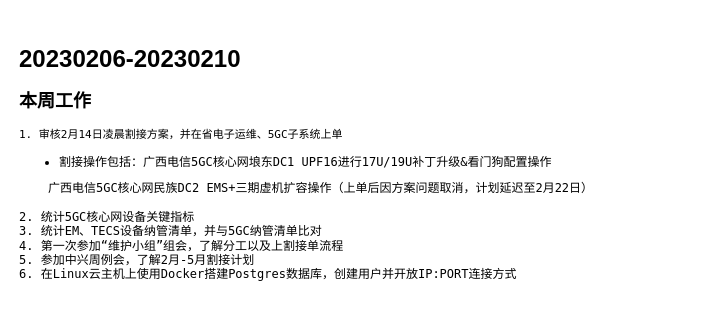
Earlier version of the draw.io diagram 2023周报.drawio (muyingluo1997/drawio). Source tidied: cells renumbered, new cells numbered last; positions are measured from the earlier drawing's top-left corner, leaving out a move shared by most shapes. Both pictures are drawn from the tidied source at 100%, with x=0, y=0 at pixel (17, 17).
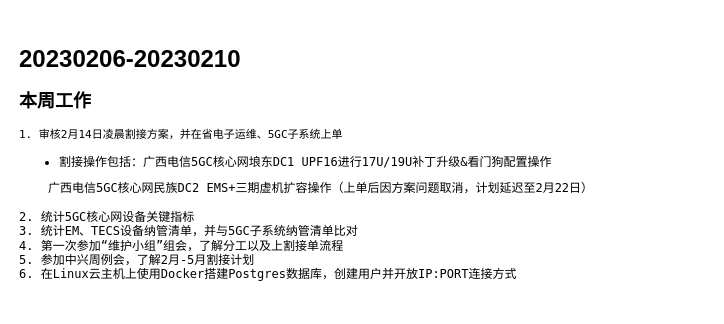
Above is the later version.

The edit, as a diff of the source:
```diff
@@
 <mxGraphModel>
   <root>
     <mxCell id="0" />
     <mxCell id="1" parent="0" />
-    <mxCell id="2" value="&lt;h1 style=&quot;line-height: 120%;&quot;&gt;20230206-20230210&lt;/h1&gt;&lt;h2 style=&quot;line-height: 120%;&quot;&gt;&lt;font face=&quot;Lucida Console&quot;&gt;本周工作&lt;/font&gt;&lt;/h2&gt;&lt;div style=&quot;line-height: 120%;&quot;&gt;&lt;font style=&quot;font-size: 11px;&quot; face=&quot;Lucida Console&quot;&gt;1. 审核2月14日凌晨割接方案，并在省电子运维、5GC子系统上单&lt;/font&gt;&lt;/div&gt;&lt;div style=&quot;line-height: 120%;&quot;&gt;&lt;ul style=&quot;line-height: 120%;&quot;&gt;&lt;li&gt;&lt;font style=&quot;&quot; face=&quot;Lucida Console&quot;&gt;割接操作包括：广西电信5GC核心网埌东DC1 UPF16进行17U/19U补丁升级&amp;amp;看门狗配置操作&lt;/font&gt;&lt;/li&gt;&lt;/ul&gt;&lt;font face=&quot;Lucida Console&quot;&gt;&lt;span style=&quot;&quot;&gt; &lt;/span&gt;&lt;span style=&quot;&quot;&gt; &lt;/span&gt;&amp;nbsp;&lt;span style=&quot;white-space: pre;&quot;&gt; &lt;/span&gt;&lt;span style=&quot;white-space: pre;&quot;&gt; &lt;/span&gt;&amp;nbsp;广西电信5GC核心网民族DC2 EMS+三期虚机扩容操作（上单后因方案问题取消，计划延迟至2月22日）&lt;br&gt;&lt;/font&gt;&lt;div&gt;&lt;div&gt;&lt;div&gt;&lt;font face=&quot;Lucida Console&quot;&gt;&lt;br&gt;&lt;/font&gt;&lt;/div&gt;&lt;/div&gt;&lt;/div&gt;&lt;div&gt;&lt;font face=&quot;Lucida Console&quot;&gt;2. 统计5GC核心网设备关键指标&lt;/font&gt;&lt;/div&gt;&lt;div&gt;&lt;font face=&quot;Lucida Console&quot;&gt;3. 统计EM、TECS设备纳管清单，并与5GC纳管清单比对&lt;/font&gt;&lt;/div&gt;&lt;div&gt;&lt;font face=&quot;Lucida Console&quot;&gt;4. 第一次参加“维护小组”组会，了解分工以及上割接单流程&lt;/font&gt;&lt;/div&gt;&lt;div&gt;&lt;font face=&quot;Lucida Console&quot;&gt;5. 参加中兴周例会，了解2月-5月割接计划&lt;/font&gt;&lt;/div&gt;&lt;div&gt;&lt;font face=&quot;Lucida Console&quot;&gt;6. 在Linux云主机上使用Docker搭建Postgres数据库，创建用户并开放IP:PORT连接方式&lt;/font&gt;&lt;/div&gt;&lt;div&gt;&lt;font face=&quot;Lucida Console&quot;&gt;&lt;br&gt;&lt;/font&gt;&lt;/div&gt;&lt;/div&gt;" style="text;html=1;align=left;verticalAlign=middle;strokeColor=none;fillColor=none;" parent="1" vertex="1">
+    <mxCell id="2" value="&lt;h1 style=&quot;line-height: 120%;&quot;&gt;20230206-20230210&lt;/h1&gt;&lt;h2 style=&quot;line-height: 120%;&quot;&gt;&lt;font face=&quot;Lucida Console&quot;&gt;本周工作&lt;/font&gt;&lt;/h2&gt;&lt;div style=&quot;line-height: 120%;&quot;&gt;&lt;font style=&quot;font-size: 11px;&quot; face=&quot;Lucida Console&quot;&gt;1. 审核2月14日凌晨割接方案，并在省电子运维、5GC子系统上单&lt;/font&gt;&lt;/div&gt;&lt;div style=&quot;line-height: 120%;&quot;&gt;&lt;ul style=&quot;line-height: 120%;&quot;&gt;&lt;li&gt;&lt;font style=&quot;&quot; face=&quot;Lucida Console&quot;&gt;割接操作包括：广西电信5GC核心网埌东DC1 UPF16进行17U/19U补丁升级&amp;amp;看门狗配置操作&lt;/font&gt;&lt;/li&gt;&lt;/ul&gt;&lt;font face=&quot;Lucida Console&quot;&gt;&lt;span style=&quot;&quot;&gt; &lt;/span&gt;&lt;span style=&quot;&quot;&gt; &lt;/span&gt;&amp;nbsp;&lt;span style=&quot;white-space: pre;&quot;&gt; &lt;/span&gt;&lt;span style=&quot;white-space: pre;&quot;&gt; &lt;/span&gt;&amp;nbsp;广西电信5GC核心网民族DC2 EMS+三期虚机扩容操作（上单后因方案问题取消，计划延迟至2月22日）&lt;br&gt;&lt;/font&gt;&lt;div&gt;&lt;div&gt;&lt;div&gt;&lt;font face=&quot;Lucida Console&quot;&gt;&lt;br&gt;&lt;/font&gt;&lt;/div&gt;&lt;/div&gt;&lt;/div&gt;&lt;div&gt;&lt;font face=&quot;Lucida Console&quot;&gt;2. 统计5GC核心网设备关键指标&lt;/font&gt;&lt;/div&gt;&lt;div&gt;&lt;font face=&quot;Lucida Console&quot;&gt;3. 统计EM、TECS设备纳管清单，并与5GC子系统纳管清单比对&lt;/font&gt;&lt;/div&gt;&lt;div&gt;&lt;font face=&quot;Lucida Console&quot;&gt;4. 第一次参加“维护小组”组会，了解分工以及上割接单流程&lt;/font&gt;&lt;/div&gt;&lt;div&gt;&lt;font face=&quot;Lucida Console&quot;&gt;5. 参加中兴周例会，了解2月-5月割接计划&lt;/font&gt;&lt;/div&gt;&lt;div&gt;&lt;font face=&quot;Lucida Console&quot;&gt;6. 在Linux云主机上使用Docker搭建Postgres数据库，创建用户并开放IP:PORT连接方式&lt;/font&gt;&lt;/div&gt;&lt;div&gt;&lt;font face=&quot;Lucida Console&quot;&gt;&lt;br&gt;&lt;/font&gt;&lt;/div&gt;&lt;/div&gt;" style="text;html=1;align=left;verticalAlign=middle;strokeColor=none;fillColor=none;" parent="1" vertex="1">
       <mxGeometry width="690" height="290" as="geometry" />
     </mxCell>
   </root>
 </mxGraphModel>
```
